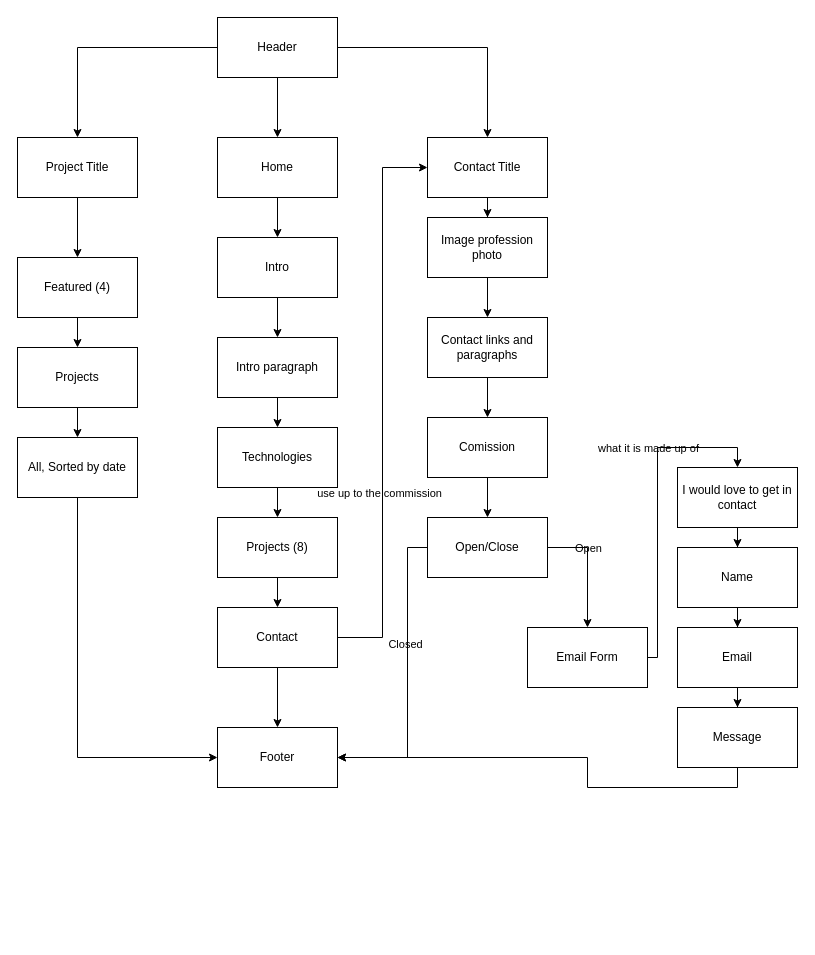
Earlier version of the draw.io diagram page "Sitemap" (1 of 2) of Wireframe.drawio (darkicewolf50/personal_site). Source tidied: cells renumbered, new cells numbered last; positions are measured from the earlier drawing's top-left corner, leaving out a move shared by most shapes. Both pictures are drawn from the tidied source at 100%, with x=0, y=0 at pixel (17, 17).
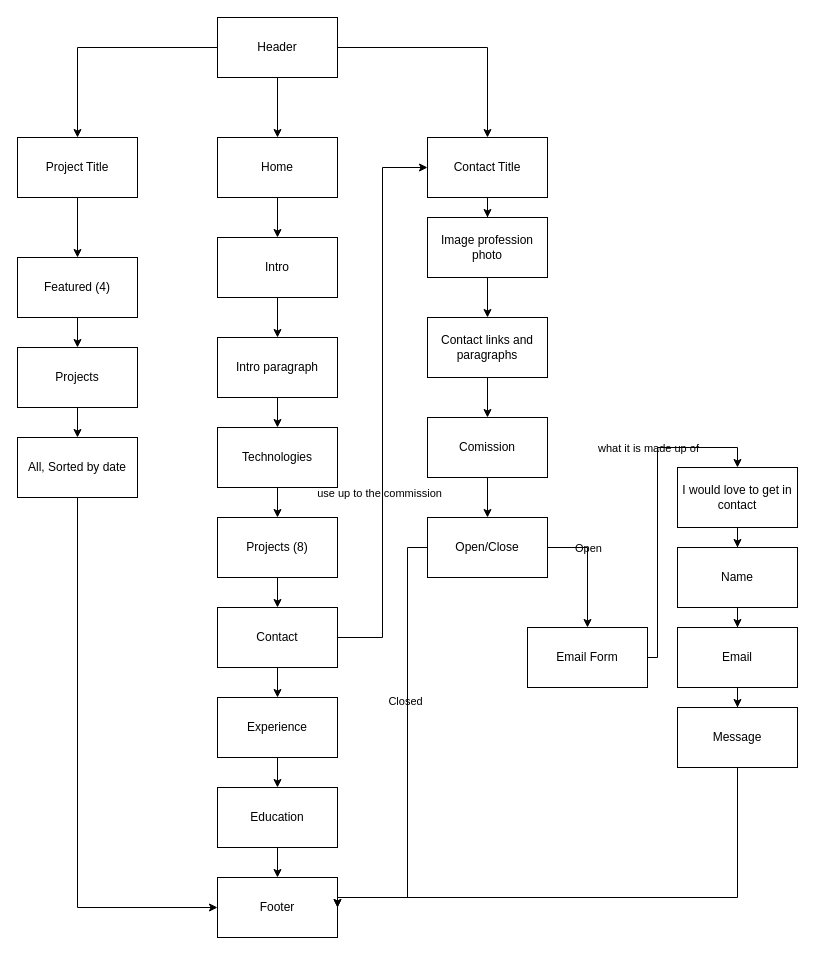
Above is the later version.

Commit message:
feat(Site Map): added experience and education

Unchanged cells that the change refers to:
```xml
<mxCell id="19" value="Contact" style="rounded=0;whiteSpace=wrap;html=1;strokeColor=#000000;fontColor=default;fillColor=#FFFFFF;" parent="1" vertex="1">
  <mxGeometry x="200" y="590" width="120" height="60" as="geometry" />
</mxCell>
<mxCell id="28" value="All, Sorted by date" style="rounded=0;whiteSpace=wrap;html=1;strokeColor=#000000;fontColor=default;fillColor=#FFFFFF;" parent="1" vertex="1">
  <mxGeometry y="420" width="120" height="60" as="geometry" />
</mxCell>
<mxCell id="41" value="Open/Close" style="rounded=0;whiteSpace=wrap;html=1;strokeColor=#000000;fontColor=default;fillColor=#FFFFFF;" parent="1" vertex="1">
  <mxGeometry x="410" y="500" width="120" height="60" as="geometry" />
</mxCell>
<mxCell id="48" value="Message" style="rounded=0;whiteSpace=wrap;html=1;strokeColor=#000000;fontColor=default;fillColor=#FFFFFF;" parent="1" vertex="1">
  <mxGeometry x="660" y="690" width="120" height="60" as="geometry" />
</mxCell>
```

Diff of the diagram source:
```diff
@@
-    <mxCell id="16" style="edgeStyle=orthogonalEdgeStyle;rounded=0;jettySize=auto;html=1;strokeColor=#000000;fillColor=#FFFFFF;" parent="1" edge="1" source="19" target="20">
-      <mxGeometry relative="1" as="geometry" />
-    </mxCell>
@@
+    <mxCell id="53" style="edgeStyle=orthogonalEdgeStyle;rounded=0;jettySize=auto;html=1;" parent="1" edge="1" source="19" target="55">
+      <mxGeometry relative="1" as="geometry" />
+    </mxCell>
@@
     <mxCell id="20" value="Footer" style="rounded=0;whiteSpace=wrap;html=1;strokeColor=#000000;fontColor=default;fillColor=#FFFFFF;" parent="1" vertex="1">
-      <mxGeometry x="200" y="710" width="120" height="60" as="geometry" />
+      <mxGeometry x="200" y="860" width="120" height="60" as="geometry" />
     </mxCell>
@@
     <mxCell id="27" style="edgeStyle=orthogonalEdgeStyle;rounded=0;jettySize=auto;html=1;entryX=0;entryY=0.5;entryDx=0;entryDy=0;strokeColor=#000000;fillColor=#FFFFFF;" parent="1" edge="1" source="28" target="20">
       <mxGeometry relative="1" as="geometry">
         <Array as="points">
-          <mxPoint x="60" y="740" />
+          <mxPoint x="60" y="890" />
         </Array>
       </mxGeometry>
     </mxCell>
@@
     <mxCell id="37" style="edgeStyle=orthogonalEdgeStyle;rounded=0;jettySize=auto;html=1;entryX=1;entryY=0.5;entryDx=0;entryDy=0;strokeColor=#000000;fillColor=#FFFFFF;" parent="1" edge="1" source="41" target="20">
       <mxGeometry relative="1" as="geometry">
         <Array as="points">
           <mxPoint x="390" y="530" />
-          <mxPoint x="390" y="740" />
+          <mxPoint x="390" y="880" />
+          <mxPoint x="320" y="880" />
         </Array>
       </mxGeometry>
     </mxCell>
@@
     <mxCell id="47" style="edgeStyle=orthogonalEdgeStyle;rounded=0;jettySize=auto;html=1;entryX=1;entryY=0.5;entryDx=0;entryDy=0;strokeColor=#000000;fillColor=#FFFFFF;" parent="1" edge="1" source="48" target="20">
       <mxGeometry relative="1" as="geometry">
         <Array as="points">
-          <mxPoint x="720" y="770" />
-          <mxPoint x="570" y="770" />
-          <mxPoint x="570" y="740" />
+          <mxPoint x="720" y="880" />
+          <mxPoint x="320" y="880" />
         </Array>
       </mxGeometry>
     </mxCell>
@@
+    <mxCell id="54" style="edgeStyle=orthogonalEdgeStyle;rounded=0;jettySize=auto;html=1;" parent="1" edge="1" source="55" target="57">
+      <mxGeometry relative="1" as="geometry" />
+    </mxCell>
+    <mxCell id="55" value="Experience" style="rounded=0;whiteSpace=wrap;html=1;" parent="1" vertex="1">
+      <mxGeometry x="200" y="680" width="120" height="60" as="geometry" />
+    </mxCell>
+    <mxCell id="56" style="edgeStyle=orthogonalEdgeStyle;rounded=0;jettySize=auto;html=1;entryX=0.5;entryY=0;entryDx=0;entryDy=0;" parent="1" edge="1" source="57" target="20">
+      <mxGeometry relative="1" as="geometry" />
+    </mxCell>
+    <mxCell id="57" value="Education" style="rounded=0;whiteSpace=wrap;html=1;" parent="1" vertex="1">
+      <mxGeometry x="200" y="770" width="120" height="60" as="geometry" />
+    </mxCell>
```
